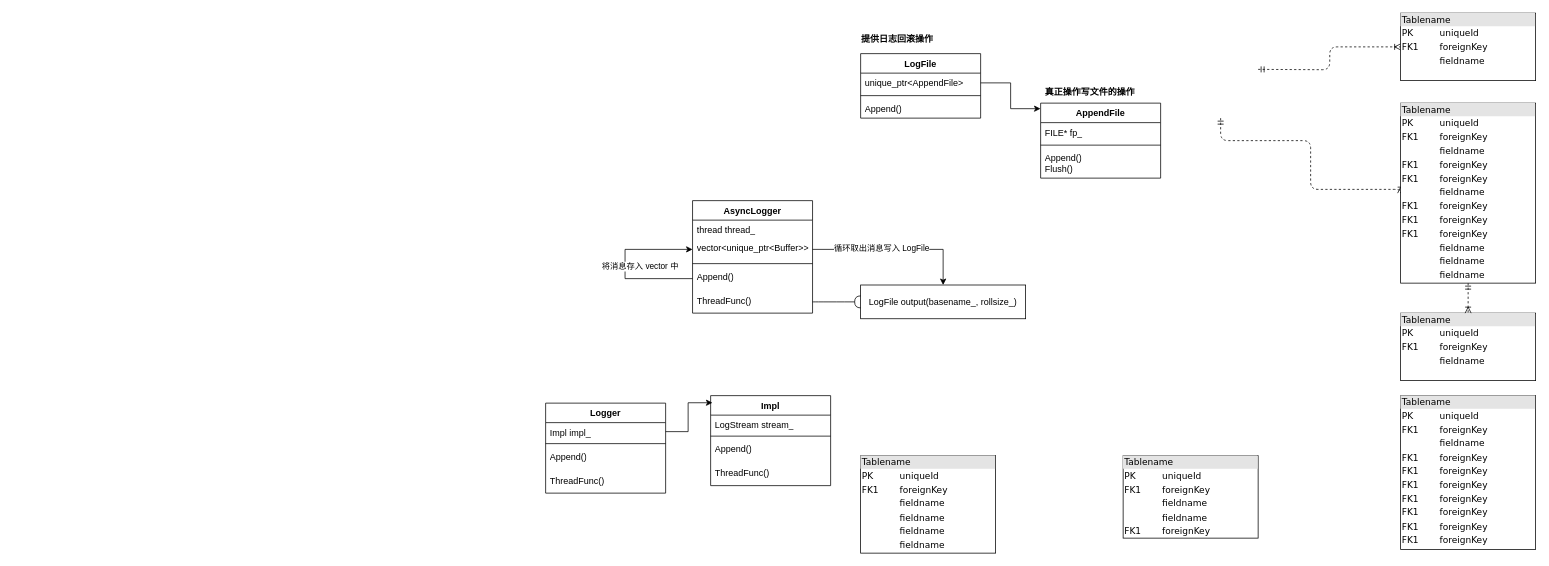
The draw.io diagram CppServer.drawio in LQF376/image, before the edit. Source tidied: cells renumbered, new cells numbered last; positions are measured from the earlier drawing's top-left corner, leaving out a move shared by most shapes. Both pictures are drawn from the tidied source at 75%, with x=0, y=0 at pixel (545, 13).
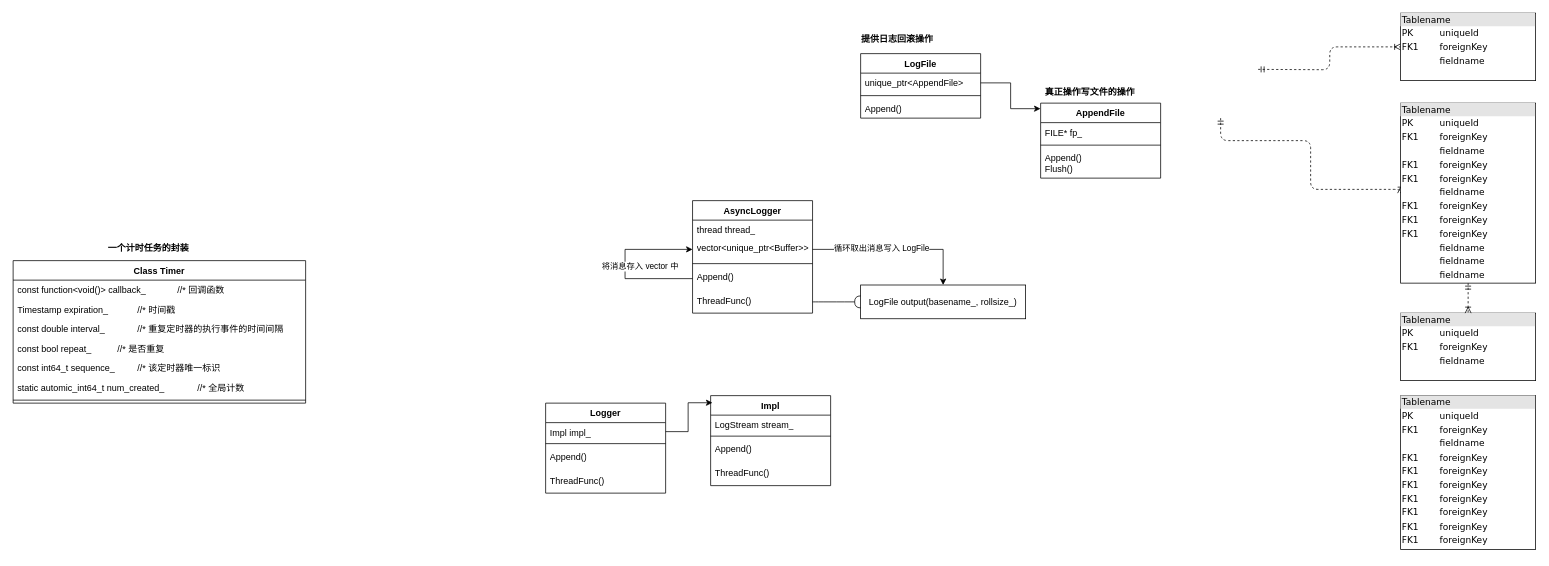
The same diagram, later.

What changed in the source:
```diff
@@
-    <mxCell id="5" value="&lt;div style=&quot;box-sizing: border-box ; width: 100% ; background: #e4e4e4 ; padding: 2px&quot;&gt;Tablename&lt;/div&gt;&lt;table style=&quot;width: 100% ; font-size: 1em&quot; cellpadding=&quot;2&quot; cellspacing=&quot;0&quot;&gt;&lt;tbody&gt;&lt;tr&gt;&lt;td&gt;PK&lt;/td&gt;&lt;td&gt;uniqueId&lt;/td&gt;&lt;/tr&gt;&lt;tr&gt;&lt;td&gt;FK1&lt;/td&gt;&lt;td&gt;foreignKey&lt;/td&gt;&lt;/tr&gt;&lt;tr&gt;&lt;td&gt;&lt;/td&gt;&lt;td&gt;fieldname&lt;/td&gt;&lt;/tr&gt;&lt;tr&gt;&lt;td&gt;&lt;br&gt;&lt;/td&gt;&lt;td&gt;fieldname&lt;br&gt;&lt;/td&gt;&lt;/tr&gt;&lt;tr&gt;&lt;td&gt;FK1&lt;br&gt;&lt;/td&gt;&lt;td&gt;foreignKey&lt;br&gt;&lt;/td&gt;&lt;/tr&gt;&lt;/tbody&gt;&lt;/table&gt;" style="verticalAlign=top;align=left;overflow=fill;html=1;rounded=0;shadow=0;comic=0;labelBackgroundColor=none;strokeWidth=1;fontFamily=Verdana;fontSize=12;" parent="1" vertex="1">
-      <mxGeometry x="770" y="590" width="180" height="110" as="geometry" />
-    </mxCell>
@@
-    <mxCell id="10" value="&lt;div style=&quot;box-sizing: border-box ; width: 100% ; background: #e4e4e4 ; padding: 2px&quot;&gt;Tablename&lt;/div&gt;&lt;table style=&quot;width: 100% ; font-size: 1em&quot; cellpadding=&quot;2&quot; cellspacing=&quot;0&quot;&gt;&lt;tbody&gt;&lt;tr&gt;&lt;td&gt;PK&lt;/td&gt;&lt;td&gt;uniqueId&lt;/td&gt;&lt;/tr&gt;&lt;tr&gt;&lt;td&gt;FK1&lt;/td&gt;&lt;td&gt;foreignKey&lt;/td&gt;&lt;/tr&gt;&lt;tr&gt;&lt;td&gt;&lt;/td&gt;&lt;td&gt;fieldname&lt;/td&gt;&lt;/tr&gt;&lt;tr&gt;&lt;td&gt;&lt;br&gt;&lt;/td&gt;&lt;td&gt;fieldname&lt;br&gt;&lt;/td&gt;&lt;/tr&gt;&lt;tr&gt;&lt;td&gt;&lt;br&gt;&lt;/td&gt;&lt;td&gt;fieldname&lt;br&gt;&lt;/td&gt;&lt;/tr&gt;&lt;tr&gt;&lt;td&gt;&lt;br&gt;&lt;/td&gt;&lt;td&gt;fieldname&lt;br&gt;&lt;/td&gt;&lt;/tr&gt;&lt;/tbody&gt;&lt;/table&gt;" style="verticalAlign=top;align=left;overflow=fill;html=1;rounded=0;shadow=0;comic=0;labelBackgroundColor=none;strokeWidth=1;fontFamily=Verdana;fontSize=12;" parent="1" vertex="1">
-      <mxGeometry x="420" y="590" width="180" height="130" as="geometry" />
-    </mxCell>
@@
+    <mxCell id="47" value="Class Timer" style="swimlane;fontStyle=1;align=center;verticalAlign=top;horizontal=1;startSize=26;whiteSpace=wrap;html=1;" parent="1" vertex="1">
+      <mxGeometry x="-710" y="330" width="390" height="190" as="geometry" />
+    </mxCell>
+    <mxCell id="48" value="const function&amp;lt;void()&amp;gt; callback_&lt;span style=&quot;white-space: pre;&quot;&gt;&#9;&lt;/span&gt;&lt;span style=&quot;white-space: pre;&quot;&gt;&#9;&lt;/span&gt;//* 回调函数" style="text;strokeColor=none;fillColor=none;align=left;verticalAlign=top;spacingLeft=4;spacingRight=4;overflow=hidden;whiteSpace=wrap;html=1;" parent="47" vertex="1">
+      <mxGeometry y="26" width="390" height="26" as="geometry" />
+    </mxCell>
+    <mxCell id="49" value="Timestamp expiration_&lt;span style=&quot;white-space: pre;&quot;&gt;&#9;&lt;/span&gt;&lt;span style=&quot;white-space: pre;&quot;&gt;&#9;&lt;/span&gt;//* 时间戳" style="text;strokeColor=none;fillColor=none;align=left;verticalAlign=top;spacingLeft=4;spacingRight=4;overflow=hidden;whiteSpace=wrap;html=1;" parent="47" vertex="1">
+      <mxGeometry y="52" width="390" height="26" as="geometry" />
+    </mxCell>
+    <mxCell id="50" value="const double interval_&lt;span style=&quot;white-space: pre;&quot;&gt;&#9;&lt;span style=&quot;white-space: pre;&quot;&gt;&#9;&lt;/span&gt;//*&lt;/span&gt;&amp;nbsp;重复定时器的执行事件的时间间隔&lt;span style=&quot;white-space: pre;&quot;&gt;&#9;&lt;/span&gt;" style="text;strokeColor=none;fillColor=none;align=left;verticalAlign=top;spacingLeft=4;spacingRight=4;overflow=hidden;whiteSpace=wrap;html=1;" parent="47" vertex="1">
+      <mxGeometry y="78" width="390" height="26" as="geometry" />
+    </mxCell>
+    <mxCell id="51" value="const bool repeat_&lt;span style=&quot;white-space: pre;&quot;&gt;&#9;&lt;span style=&quot;white-space: pre;&quot;&gt;&#9;&lt;/span&gt;//*&lt;/span&gt;&amp;nbsp;是否重复&lt;span style=&quot;white-space: pre;&quot;&gt;&#9;&lt;/span&gt;" style="text;strokeColor=none;fillColor=none;align=left;verticalAlign=top;spacingLeft=4;spacingRight=4;overflow=hidden;whiteSpace=wrap;html=1;" parent="47" vertex="1">
+      <mxGeometry y="104" width="390" height="26" as="geometry" />
+    </mxCell>
+    <mxCell id="52" value="const int64_t sequence_&lt;span style=&quot;white-space: pre;&quot;&gt;&#9;&lt;span style=&quot;white-space: pre;&quot;&gt;&#9;&lt;/span&gt;//*&lt;/span&gt;&amp;nbsp;该定时器唯一标识&lt;span style=&quot;white-space: pre;&quot;&gt;&#9;&lt;/span&gt;" style="text;strokeColor=none;fillColor=none;align=left;verticalAlign=top;spacingLeft=4;spacingRight=4;overflow=hidden;whiteSpace=wrap;html=1;" parent="47" vertex="1">
+      <mxGeometry y="130" width="390" height="26" as="geometry" />
+    </mxCell>
+    <mxCell id="53" value="static automic_int64_t num_created_&lt;span style=&quot;white-space: pre;&quot;&gt;&#9;&lt;span style=&quot;white-space: pre;&quot;&gt;&#9;&lt;/span&gt;//*&lt;/span&gt;&amp;nbsp;全局计数&lt;span style=&quot;white-space: pre;&quot;&gt;&#9;&lt;/span&gt;" style="text;strokeColor=none;fillColor=none;align=left;verticalAlign=top;spacingLeft=4;spacingRight=4;overflow=hidden;whiteSpace=wrap;html=1;" parent="47" vertex="1">
+      <mxGeometry y="156" width="390" height="26" as="geometry" />
+    </mxCell>
+    <mxCell id="54" style="line;strokeWidth=1;fillColor=none;align=left;verticalAlign=middle;spacingTop=-1;spacingLeft=3;spacingRight=3;labelPosition=right;strokeColor=inherit;" parent="47" vertex="1">
+      <mxGeometry y="182" width="390" height="8" as="geometry" />
+    </mxCell>
+    <mxCell id="55" value="一个计时任务的封装" style="text;align=center;fontStyle=1;verticalAlign=middle;spacingLeft=3;spacingRight=3;strokeColor=none;html=1;" parent="1" vertex="1">
+      <mxGeometry x="-570" y="300" width="80" height="26" as="geometry" />
+    </mxCell>
```
